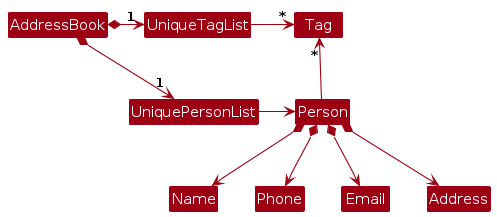
Before: diagrams/BetterModelClassDiagram.png, a diagram exported from PlantUML (AY2627S1-CS2103T-T09-2/tp). Its source is kept beside it as diagrams/BetterModelClassDiagram.puml.
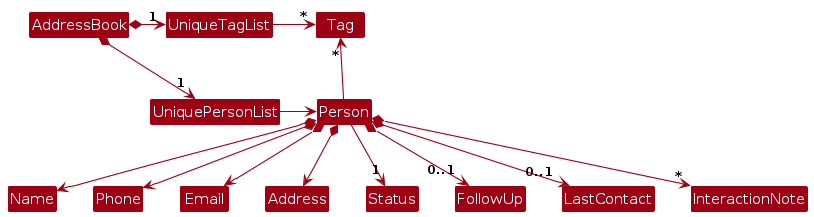
After the commit.

The edit, as a diff of the source:
```diff
@@ -18,4 +18,8 @@
 Person *--> Phone
 Person *--> Email
 Person *--> Address
+Person --> "1" Status
+Person *--> "0..1" FollowUp
+Person *--> "0..1" LastContact
+Person *--> "*" InteractionNote
 @enduml
```
